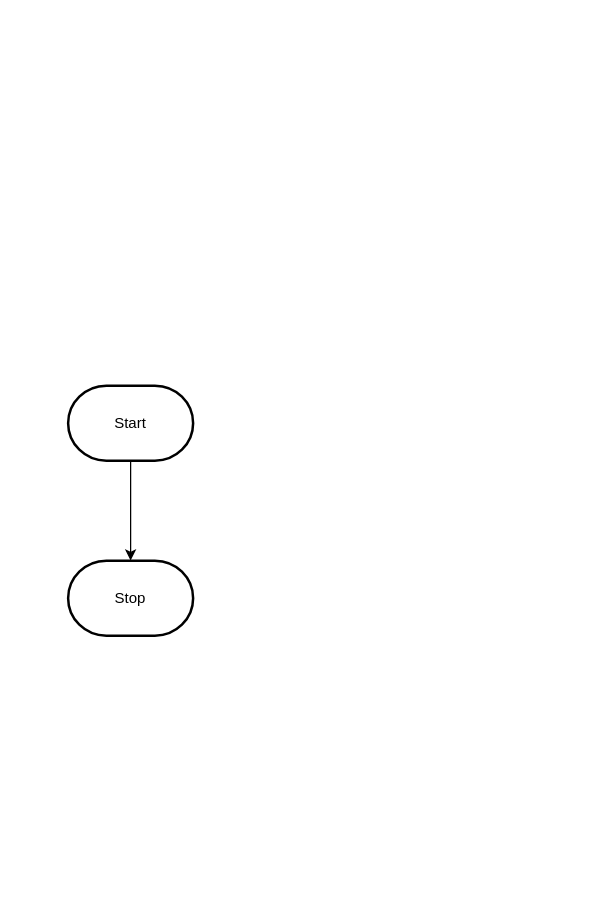
Before: design/flowchart.drawio in MTHS-ICS2O-2-2022/ICS2O-Unit-5-08-charlotte-jhu, a draw.io diagram. Source tidied: cells renumbered, new cells numbered last; positions are measured from the earlier drawing's top-left corner, leaving out a move shared by most shapes. Both pictures are drawn from the tidied source at 125%, with x=0, y=0 at pixel (68, 385).
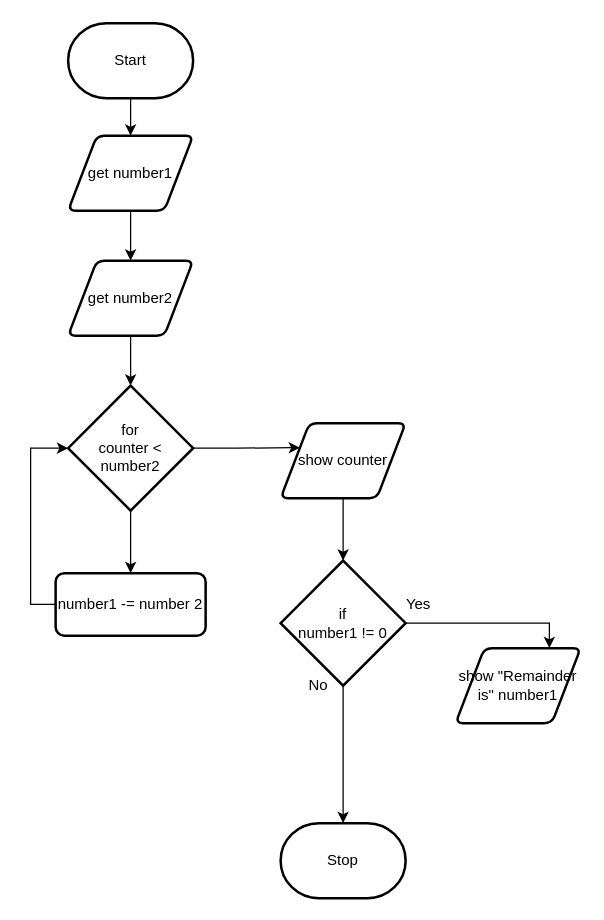
The same diagram, later.

The edit, as a diff of the source:
```diff
@@
-    <mxCell id="2" style="edgeStyle=orthogonalEdgeStyle;html=1;rounded=0;" parent="1" edge="1" source="3" target="4">
-      <mxGeometry relative="1" as="geometry" />
-    </mxCell>
+    <mxCell id="5" style="edgeStyle=orthogonalEdgeStyle;html=1;exitX=0.5;exitY=1;exitDx=0;exitDy=0;exitPerimeter=0;entryX=0.5;entryY=0;entryDx=0;entryDy=0;rounded=0;" parent="1" edge="1" source="3" target="2">
+      <mxGeometry relative="1" as="geometry" />
+    </mxCell>
     <mxCell id="3" value="Start" style="strokeWidth=2;html=1;shape=mxgraph.flowchart.terminator;whiteSpace=wrap;" parent="1" vertex="1">
-      <mxGeometry width="100" height="60" as="geometry" />
+      <mxGeometry y="-290" width="100" height="60" as="geometry" />
     </mxCell>
     <mxCell id="4" value="Stop" style="strokeWidth=2;html=1;shape=mxgraph.flowchart.terminator;whiteSpace=wrap;" parent="1" vertex="1">
-      <mxGeometry y="140" width="100" height="60" as="geometry" />
+      <mxGeometry x="170" y="350" width="100" height="60" as="geometry" />
     </mxCell>
+    <mxCell id="6" style="edgeStyle=orthogonalEdgeStyle;rounded=0;html=1;exitX=0.5;exitY=1;exitDx=0;exitDy=0;" parent="1" edge="1" source="2" target="8">
+      <mxGeometry relative="1" as="geometry" />
+    </mxCell>
+    <mxCell id="2" value="get number1" style="shape=parallelogram;html=1;strokeWidth=2;perimeter=parallelogramPerimeter;whiteSpace=wrap;rounded=1;arcSize=12;size=0.23;" parent="1" vertex="1">
+      <mxGeometry y="-200" width="100" height="60" as="geometry" />
+    </mxCell>
+    <mxCell id="7" style="edgeStyle=orthogonalEdgeStyle;rounded=0;html=1;exitX=0.5;exitY=1;exitDx=0;exitDy=0;" parent="1" edge="1" source="8" target="11">
+      <mxGeometry relative="1" as="geometry" />
+    </mxCell>
+    <mxCell id="8" value="get number2" style="shape=parallelogram;html=1;strokeWidth=2;perimeter=parallelogramPerimeter;whiteSpace=wrap;rounded=1;arcSize=12;size=0.23;" parent="1" vertex="1">
+      <mxGeometry y="-100" width="100" height="60" as="geometry" />
+    </mxCell>
+    <mxCell id="9" style="edgeStyle=orthogonalEdgeStyle;rounded=0;html=1;exitX=0.5;exitY=1;exitDx=0;exitDy=0;exitPerimeter=0;entryX=0.5;entryY=0;entryDx=0;entryDy=0;" parent="1" edge="1" source="11" target="13">
+      <mxGeometry relative="1" as="geometry" />
+    </mxCell>
+    <mxCell id="10" style="edgeStyle=orthogonalEdgeStyle;rounded=0;html=1;exitX=1;exitY=0.5;exitDx=0;exitDy=0;exitPerimeter=0;entryX=0;entryY=0.25;entryDx=0;entryDy=0;" parent="1" edge="1" source="11" target="15">
+      <mxGeometry relative="1" as="geometry" />
+    </mxCell>
+    <mxCell id="11" value="for&lt;br&gt;counter &amp;lt; number2" style="strokeWidth=2;html=1;shape=mxgraph.flowchart.decision;whiteSpace=wrap;" parent="1" vertex="1">
+      <mxGeometry width="100" height="100" as="geometry" />
+    </mxCell>
+    <mxCell id="12" style="edgeStyle=orthogonalEdgeStyle;rounded=0;html=1;exitX=0;exitY=0.5;exitDx=0;exitDy=0;entryX=0;entryY=0.5;entryDx=0;entryDy=0;entryPerimeter=0;" parent="1" edge="1" source="13" target="11">
+      <mxGeometry relative="1" as="geometry">
+        <Array as="points">
+          <mxPoint x="-30" y="175" />
+          <mxPoint x="-30" y="50" />
+        </Array>
+      </mxGeometry>
+    </mxCell>
+    <mxCell id="13" value="number1 -= number 2" style="rounded=1;whiteSpace=wrap;html=1;absoluteArcSize=1;arcSize=14;strokeWidth=2;" parent="1" vertex="1">
+      <mxGeometry x="-10" y="150" width="120" height="50" as="geometry" />
+    </mxCell>
+    <mxCell id="14" style="edgeStyle=orthogonalEdgeStyle;rounded=0;html=1;exitX=0.5;exitY=1;exitDx=0;exitDy=0;" parent="1" edge="1" source="15" target="18">
+      <mxGeometry relative="1" as="geometry" />
+    </mxCell>
+    <mxCell id="15" value="show counter" style="shape=parallelogram;html=1;strokeWidth=2;perimeter=parallelogramPerimeter;whiteSpace=wrap;rounded=1;arcSize=12;size=0.23;" parent="1" vertex="1">
+      <mxGeometry x="170" y="30" width="100" height="60" as="geometry" />
+    </mxCell>
+    <mxCell id="16" style="edgeStyle=orthogonalEdgeStyle;rounded=0;html=1;exitX=0.5;exitY=1;exitDx=0;exitDy=0;exitPerimeter=0;entryX=0.5;entryY=0;entryDx=0;entryDy=0;entryPerimeter=0;" parent="1" edge="1" source="18" target="4">
+      <mxGeometry relative="1" as="geometry" />
+    </mxCell>
+    <mxCell id="17" style="edgeStyle=orthogonalEdgeStyle;rounded=0;html=1;exitX=1;exitY=0.5;exitDx=0;exitDy=0;exitPerimeter=0;entryX=0.75;entryY=0;entryDx=0;entryDy=0;" parent="1" edge="1" source="18" target="19">
+      <mxGeometry relative="1" as="geometry" />
+    </mxCell>
+    <mxCell id="18" value="if&lt;br&gt;number1 != 0" style="strokeWidth=2;html=1;shape=mxgraph.flowchart.decision;whiteSpace=wrap;" parent="1" vertex="1">
+      <mxGeometry x="170" y="140" width="100" height="100" as="geometry" />
+    </mxCell>
+    <mxCell id="19" value="show &quot;Remainder is&quot; number1" style="shape=parallelogram;html=1;strokeWidth=2;perimeter=parallelogramPerimeter;whiteSpace=wrap;rounded=1;arcSize=12;size=0.23;" parent="1" vertex="1">
+      <mxGeometry x="310" y="210" width="100" height="60" as="geometry" />
+    </mxCell>
+    <mxCell id="20" value="Yes" style="text;html=1;align=center;verticalAlign=middle;strokeColor=none;fillColor=none;" parent="1" vertex="1">
+      <mxGeometry x="260" y="160" width="40" height="30" as="geometry" />
+    </mxCell>
+    <mxCell id="21" value="No" style="text;html=1;align=center;verticalAlign=middle;strokeColor=none;fillColor=none;" parent="1" vertex="1">
+      <mxGeometry x="180" y="225" width="40" height="30" as="geometry" />
+    </mxCell>
```
